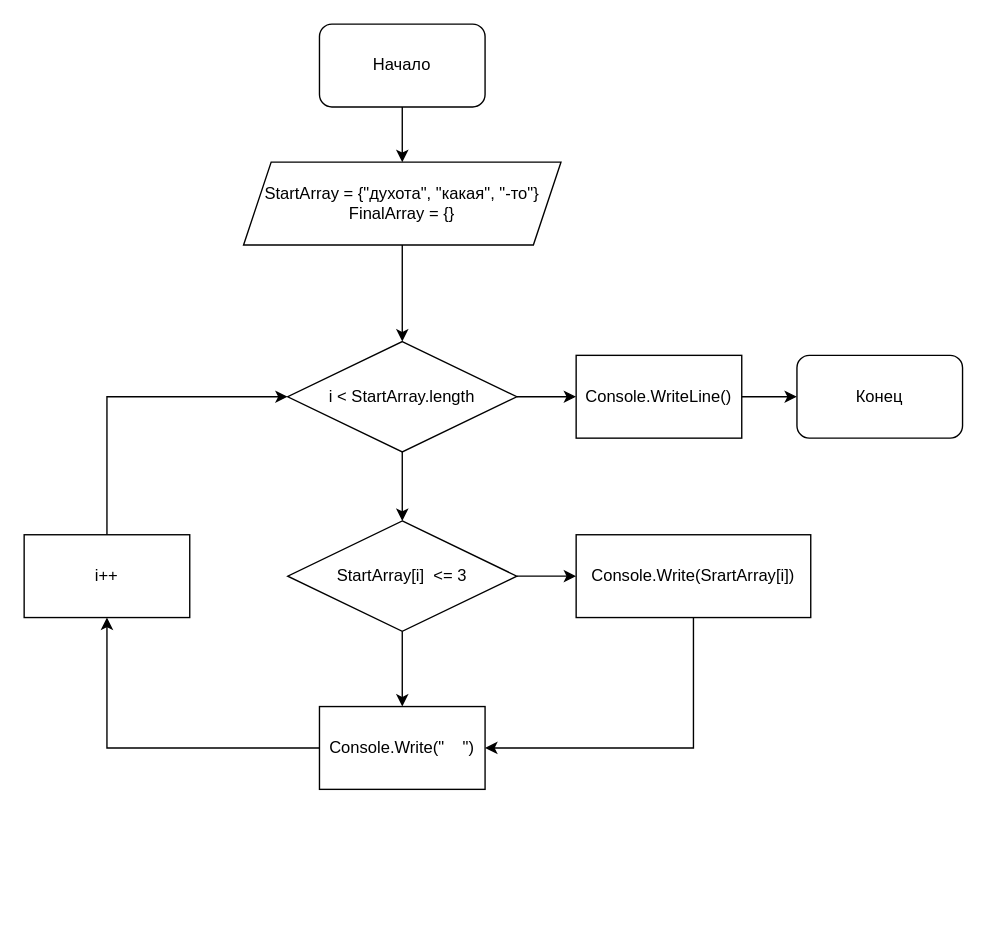
The draw.io diagram block-scheme.drawio in Ser67rus/GeekBrainsC-Exam, before the edit. Source tidied: cells renumbered, new cells numbered last; positions are measured from the earlier drawing's top-left corner, leaving out a move shared by most shapes. Both pictures are drawn from the tidied source at 138%, with x=0, y=0 at pixel (23, 23).
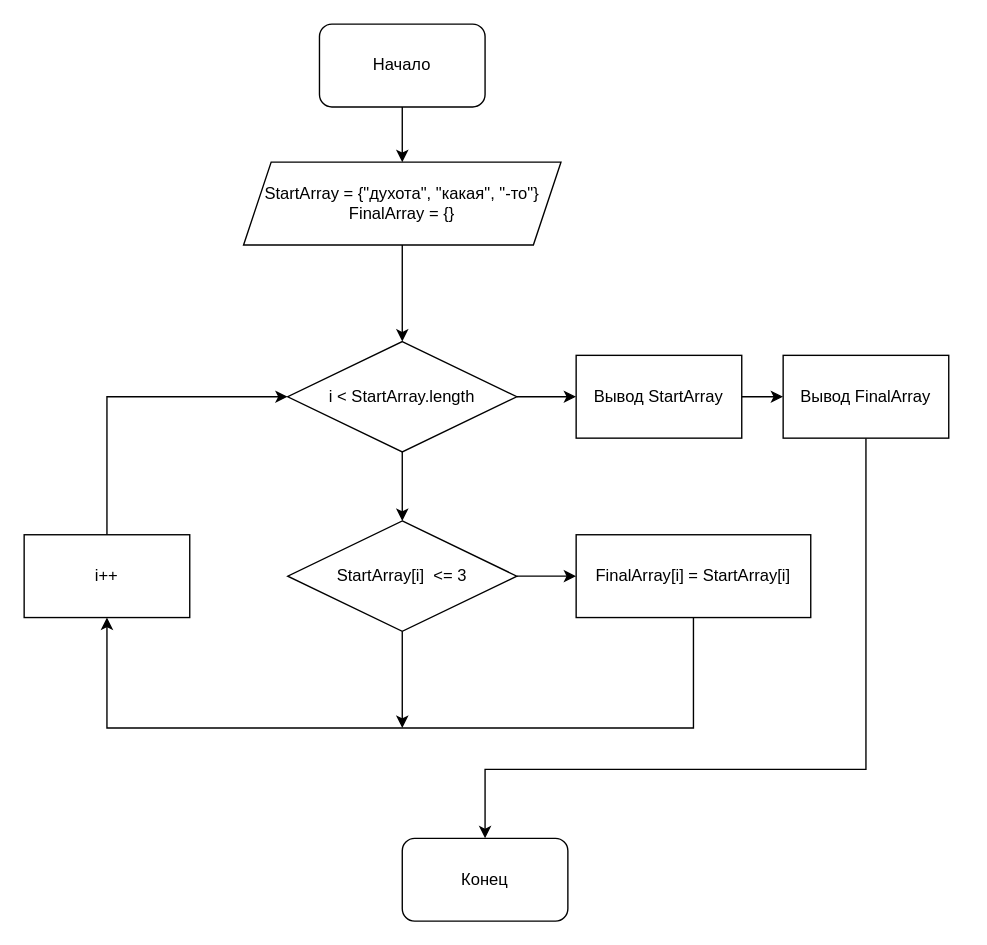
The same diagram, later.

Commit message:
поправил схему

Unchanged cells that the change refers to:
```xml
<mxCell id="12" value="StartArray[i]&amp;nbsp; &amp;lt;= 3" style="rhombus;whiteSpace=wrap;html=1;" parent="1" vertex="1">
  <mxGeometry x="191" y="360" width="166" height="80" as="geometry" />
</mxCell>
<mxCell id="18" value="i++" style="rounded=0;whiteSpace=wrap;html=1;" parent="1" vertex="1">
  <mxGeometry y="370" width="120" height="60" as="geometry" />
</mxCell>
```

The edit, as a diff of the source:
```diff
@@
-    <mxCell id="11" style="edgeStyle=orthogonalEdgeStyle;rounded=0;jettySize=auto;html=1;" parent="1" edge="1" source="12" target="16">
-      <mxGeometry relative="1" as="geometry" />
-    </mxCell>
+    <mxCell id="22" style="edgeStyle=orthogonalEdgeStyle;rounded=0;jettySize=auto;html=1;" parent="1" edge="1" source="12">
+      <mxGeometry relative="1" as="geometry">
+        <mxPoint x="274" y="510" as="targetPoint" />
+      </mxGeometry>
+    </mxCell>
@@
-    <mxCell id="13" style="edgeStyle=orthogonalEdgeStyle;rounded=0;jettySize=auto;html=1;exitX=0.5;exitY=1;exitDx=0;exitDy=0;entryX=1;entryY=0.5;entryDx=0;entryDy=0;" parent="1" edge="1" source="14" target="16">
-      <mxGeometry relative="1" as="geometry" />
-    </mxCell>
+    <mxCell id="23" style="edgeStyle=orthogonalEdgeStyle;rounded=0;jettySize=auto;html=1;entryX=0.5;entryY=1;entryDx=0;entryDy=0;" parent="1" edge="1" source="14" target="18">
+      <mxGeometry relative="1" as="geometry">
+        <Array as="points">
+          <mxPoint x="485" y="510" />
+          <mxPoint x="60" y="510" />
+        </Array>
+      </mxGeometry>
+    </mxCell>
-    <mxCell id="14" value="Console.Write(SrartArray[i])" style="rounded=0;whiteSpace=wrap;html=1;" parent="1" vertex="1">
+    <mxCell id="14" value="FinalArray[i] = StartArray[i]" style="rounded=0;whiteSpace=wrap;html=1;" parent="1" vertex="1">
       <mxGeometry x="400" y="370" width="170" height="60" as="geometry" />
     </mxCell>
-    <mxCell id="15" style="edgeStyle=orthogonalEdgeStyle;rounded=0;jettySize=auto;html=1;entryX=0.5;entryY=1;entryDx=0;entryDy=0;" parent="1" edge="1" source="16" target="18">
-      <mxGeometry relative="1" as="geometry" />
-    </mxCell>
-    <mxCell id="16" value="Console.Write(&quot;&amp;nbsp; &amp;nbsp; &quot;)" style="rounded=0;whiteSpace=wrap;html=1;" parent="1" vertex="1">
-      <mxGeometry x="214" y="494.5" width="120" height="60" as="geometry" />
-    </mxCell>
@@
-    <mxCell id="19" style="edgeStyle=orthogonalEdgeStyle;rounded=0;jettySize=auto;html=1;" parent="1" edge="1" source="20" target="21">
-      <mxGeometry relative="1" as="geometry" />
-    </mxCell>
+    <mxCell id="24" style="edgeStyle=orthogonalEdgeStyle;rounded=0;jettySize=auto;html=1;" parent="1" edge="1" source="20" target="26">
+      <mxGeometry relative="1" as="geometry" />
+    </mxCell>
-    <mxCell id="20" value="Console.WriteLine()" style="rounded=0;whiteSpace=wrap;html=1;" parent="1" vertex="1">
+    <mxCell id="20" value="Вывод StartArray" style="rounded=0;whiteSpace=wrap;html=1;" parent="1" vertex="1">
       <mxGeometry x="400" y="240" width="120" height="60" as="geometry" />
     </mxCell>
     <mxCell id="21" value="Конец" style="rounded=1;whiteSpace=wrap;html=1;" parent="1" vertex="1">
-      <mxGeometry x="560" y="240" width="120" height="60" as="geometry" />
+      <mxGeometry x="274" y="590" width="120" height="60" as="geometry" />
     </mxCell>
+    <mxCell id="25" style="edgeStyle=orthogonalEdgeStyle;rounded=0;jettySize=auto;html=1;entryX=0.5;entryY=0;entryDx=0;entryDy=0;" parent="1" edge="1" source="26" target="21">
+      <mxGeometry relative="1" as="geometry">
+        <Array as="points">
+          <mxPoint x="610" y="540" />
+          <mxPoint x="334" y="540" />
+        </Array>
+      </mxGeometry>
+    </mxCell>
+    <mxCell id="26" value="Вывод FinalArray" style="rounded=0;whiteSpace=wrap;html=1;" parent="1" vertex="1">
+      <mxGeometry x="550" y="240" width="120" height="60" as="geometry" />
+    </mxCell>
```
